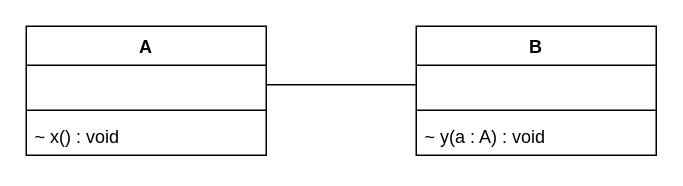
Earlier version of the draw.io diagram Tag_4/Java.drawio (McLutzifer/WIFI_SW-Engineering). Source tidied: cells renumbered, new cells numbered last; positions are measured from the earlier drawing's top-left corner, leaving out a move shared by most shapes. Both pictures are drawn from the tidied source at 150%, with x=0, y=0 at pixel (26, 26).
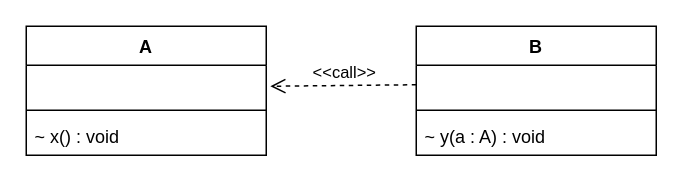
Above is the later version.

Diff of the diagram source:
```diff
@@
 <mxGraphModel>
   <root>
     <mxCell id="0" />
     <mxCell id="1" parent="0" />
     <mxCell id="2" value="A" style="swimlane;fontStyle=1;align=center;verticalAlign=top;horizontal=1;startSize=26;whiteSpace=wrap;html=1;" parent="1" vertex="1">
       <mxGeometry width="160" height="86" as="geometry" />
     </mxCell>
     <mxCell id="3" value="&amp;nbsp;" style="text;strokeColor=none;fillColor=none;align=left;verticalAlign=top;spacingLeft=4;spacingRight=4;overflow=hidden;points=[[0,0.5],[1,0.5]];portConstraint=eastwest;whiteSpace=wrap;html=1;" parent="2" vertex="1">
       <mxGeometry y="26" width="160" height="26" as="geometry" />
     </mxCell>
     <mxCell id="4" style="line;strokeWidth=1;fillColor=none;align=left;verticalAlign=middle;spacingTop=-1;spacingLeft=3;spacingRight=3;labelPosition=right;strokeColor=inherit;" parent="2" vertex="1">
       <mxGeometry y="52" width="160" height="8" as="geometry" />
     </mxCell>
     <mxCell id="5" value="~ x() : void" style="text;strokeColor=none;fillColor=none;align=left;verticalAlign=top;spacingLeft=4;spacingRight=4;overflow=hidden;whiteSpace=wrap;html=1;" parent="2" vertex="1">
       <mxGeometry y="60" width="160" height="26" as="geometry" />
     </mxCell>
     <mxCell id="6" value="B" style="swimlane;fontStyle=1;align=center;verticalAlign=top;horizontal=1;startSize=26;whiteSpace=wrap;html=1;" parent="1" vertex="1">
       <mxGeometry x="260" width="160" height="86" as="geometry" />
     </mxCell>
     <mxCell id="7" value="&amp;nbsp;" style="text;strokeColor=none;fillColor=none;align=left;verticalAlign=top;spacingLeft=4;spacingRight=4;overflow=hidden;points=[[0,0.5],[1,0.5]];portConstraint=eastwest;whiteSpace=wrap;html=1;" parent="6" vertex="1">
       <mxGeometry y="26" width="160" height="26" as="geometry" />
     </mxCell>
     <mxCell id="8" style="line;strokeWidth=1;fillColor=none;align=left;verticalAlign=middle;spacingTop=-1;spacingLeft=3;spacingRight=3;labelPosition=right;strokeColor=inherit;" parent="6" vertex="1">
       <mxGeometry y="52" width="160" height="8" as="geometry" />
     </mxCell>
     <mxCell id="9" value="~ y(a : A) : void" style="text;strokeColor=none;fillColor=none;align=left;verticalAlign=top;spacingLeft=4;spacingRight=4;overflow=hidden;whiteSpace=wrap;html=1;" parent="6" vertex="1">
       <mxGeometry y="60" width="160" height="26" as="geometry" />
     </mxCell>
-    <mxCell id="10" style="endArrow=none;html=1;rounded=0;entryX=0;entryY=0.5;entryDx=0;entryDy=0;exitX=1;exitY=0.5;exitDx=0;exitDy=0;" parent="1" edge="1" source="3" target="7">
-      <mxGeometry relative="1" as="geometry" />
-    </mxCell>
+    <mxCell id="11" value="&amp;lt;&amp;lt;call&amp;gt;&amp;gt;" style="html=1;verticalAlign=bottom;endArrow=open;dashed=1;endSize=8;edgeStyle=elbowEdgeStyle;elbow=vertical;curved=0;rounded=0;exitX=0;exitY=0.5;exitDx=0;exitDy=0;entryX=1.017;entryY=0.564;entryDx=0;entryDy=0;entryPerimeter=0;" parent="1" edge="1" source="7" target="3">
+      <mxGeometry relative="1" as="geometry" />
+    </mxCell>
   </root>
 </mxGraphModel>
```
